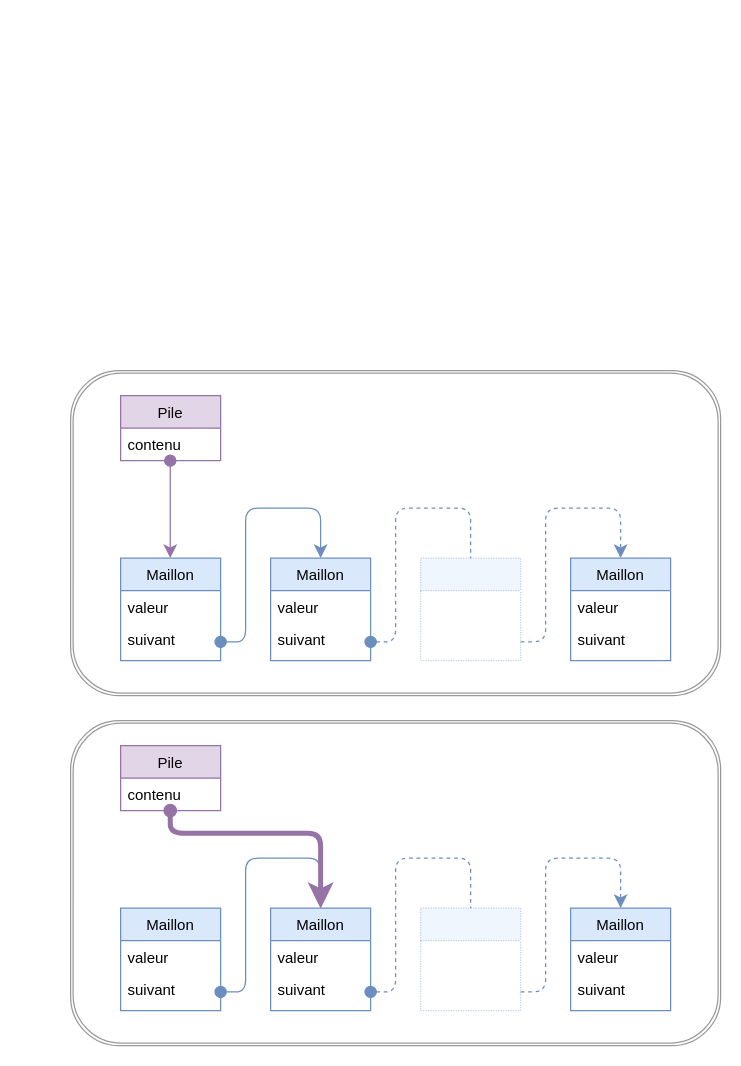
padilla-nsi/tnsi keeps this draw.io diagram as cours/structure-de-donnees/3-pilesEtFiles/img-depiler.drawio. Above is the earlier version. Source tidied: cells renumbered, new cells numbered last; positions are measured from the earlier drawing's top-left corner, leaving out a move shared by most shapes. Both pictures are drawn from the tidied source at 125%, with x=0, y=0 at pixel (70, 370).
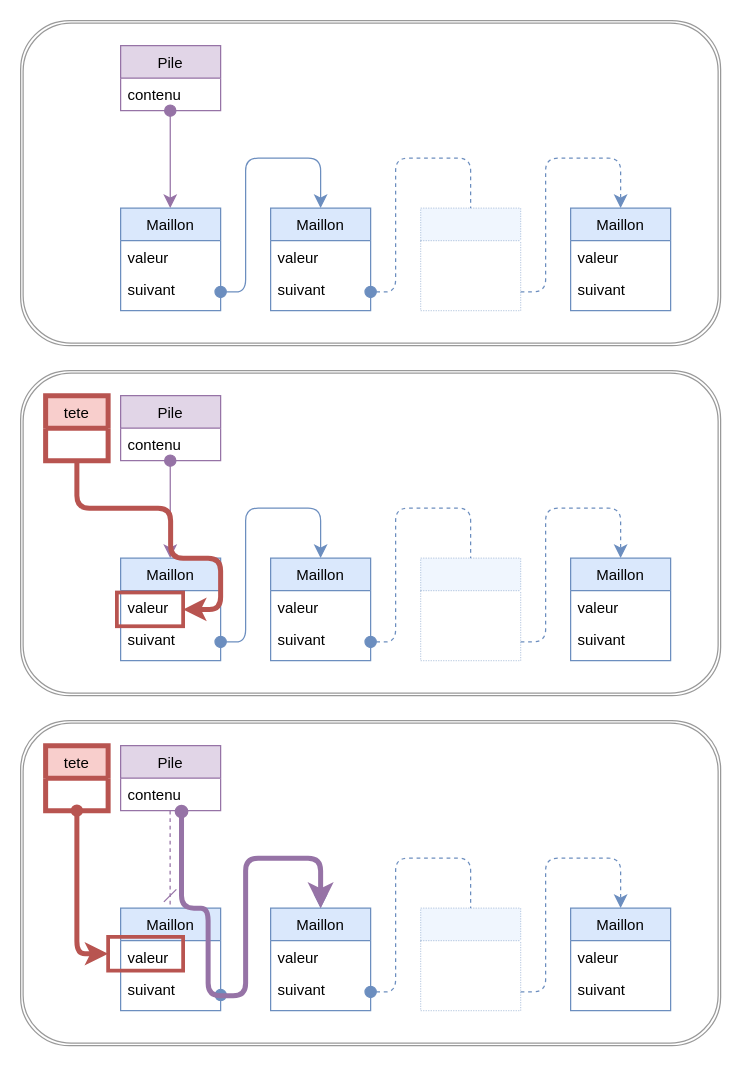
The same diagram, later.

Unchanged cells that the change refers to:
```xml
<mxCell id="24" value="suivant" style="text;strokeColor=none;fillColor=none;align=left;verticalAlign=top;spacingLeft=4;spacingRight=4;overflow=hidden;points=[[0,0.5],[1,0.5]];portConstraint=eastwest;" parent="22" vertex="1">
  <mxGeometry y="52" width="80" height="30" as="geometry" />
</mxCell>
<mxCell id="25" value="Maillon" style="swimlane;fontStyle=0;horizontal=1;startSize=26;fillColor=#dae8fc;strokeColor=#6c8ebf;" parent="1" vertex="1">
  <mxGeometry x="160" y="430" width="80" height="82" as="geometry" />
</mxCell>
<mxCell id="35" value="contenu" style="text;strokeColor=none;fillColor=none;align=left;verticalAlign=top;spacingLeft=4;spacingRight=4;overflow=hidden;points=[[0,0.5],[1,0.5]];portConstraint=eastwest;" parent="34" vertex="1">
  <mxGeometry y="26" width="80" height="26" as="geometry" />
</mxCell>
```

Diff of the diagram source:
```diff
@@
     <mxCell id="2" style="shape=ext;double=1;rounded=1;whiteSpace=wrap;html=1;strokeColor=#000000;strokeWidth=1;verticalAlign=middle;opacity=40;" parent="1" vertex="1">
-      <mxGeometry width="520" height="260" as="geometry" />
+      <mxGeometry x="-40" width="560" height="260" as="geometry" />
     </mxCell>
@@
     <mxCell id="21" style="shape=ext;double=1;rounded=1;whiteSpace=wrap;html=1;strokeColor=#000000;strokeWidth=1;verticalAlign=middle;opacity=40;" parent="1" vertex="1">
-      <mxGeometry y="280" width="520" height="260" as="geometry" />
+      <mxGeometry x="-40" y="280" width="560" height="260" as="geometry" />
     </mxCell>
@@
-    <mxCell id="31" style="edgeStyle=orthogonalEdgeStyle;html=1;exitX=1;exitY=0.5;exitDx=0;exitDy=0;entryX=0.5;entryY=0;entryDx=0;entryDy=0;startArrow=oval;startFill=1;startSize=9;endSize=8;fillColor=#dae8fc;strokeColor=#6c8ebf;" parent="1" edge="1" source="24" target="25">
+    <mxCell id="31" style="edgeStyle=orthogonalEdgeStyle;html=1;entryX=0.5;entryY=0;entryDx=0;entryDy=0;startArrow=oval;startFill=1;startSize=9;endSize=8;fillColor=#dae8fc;strokeColor=#6c8ebf;exitX=1.001;exitY=0.585;exitDx=0;exitDy=0;exitPerimeter=0;" parent="1" edge="1" source="24" target="25">
       <mxGeometry relative="1" as="geometry">
         <Array as="points">
-          <mxPoint x="140" y="497" />
+          <mxPoint x="140" y="500" />
           <mxPoint x="140" y="390" />
           <mxPoint x="200" y="390" />
         </Array>
       </mxGeometry>
     </mxCell>
@@
-    <mxCell id="36" style="edgeStyle=orthogonalEdgeStyle;html=1;startArrow=oval;startFill=1;endArrow=classic;endFill=1;startSize=7;endSize=8;fillColor=#e1d5e7;strokeColor=#9673a6;strokeWidth=4;" parent="1" edge="1">
+    <mxCell id="36" style="edgeStyle=orthogonalEdgeStyle;html=1;startArrow=oval;startFill=1;endArrow=classic;endFill=1;startSize=7;endSize=8;fillColor=#e1d5e7;strokeColor=#9673a6;strokeWidth=4;entryX=0.5;entryY=0;entryDx=0;entryDy=0;exitX=0.609;exitY=1.027;exitDx=0;exitDy=0;exitPerimeter=0;" parent="1" edge="1" source="35" target="25">
       <mxGeometry relative="1" as="geometry">
-        <mxPoint x="79.7" y="352" as="sourcePoint" />
-        <mxPoint x="200" y="430" as="targetPoint" />
         <Array as="points">
-          <mxPoint x="80" y="370" />
-          <mxPoint x="200" y="370" />
+          <mxPoint x="89" y="430" />
+          <mxPoint x="110" y="430" />
+          <mxPoint x="110" y="500" />
+          <mxPoint x="140" y="500" />
+          <mxPoint x="140" y="390" />
+          <mxPoint x="200" y="390" />
         </Array>
       </mxGeometry>
     </mxCell>
@@
+    <mxCell id="40" value="tete" style="swimlane;fontStyle=0;horizontal=1;startSize=26;fillColor=#f8cecc;strokeColor=#b85450;strokeWidth=4;" parent="1" vertex="1">
+      <mxGeometry x="-20" y="20" width="50" height="52" as="geometry" />
+    </mxCell>
+    <mxCell id="41" style="rounded=0;whiteSpace=wrap;html=1;strokeColor=#b85450;fillColor=none;strokeWidth=3;" parent="1" vertex="1">
+      <mxGeometry x="37" y="177.5" width="53" height="27" as="geometry" />
+    </mxCell>
+    <mxCell id="42" style="shape=ext;double=1;rounded=1;whiteSpace=wrap;html=1;strokeColor=#000000;strokeWidth=1;verticalAlign=middle;opacity=40;" parent="1" vertex="1">
+      <mxGeometry x="-40" y="-280" width="560" height="260" as="geometry" />
+    </mxCell>
+    <mxCell id="43" value="Maillon" style="swimlane;fontStyle=0;horizontal=1;startSize=26;fillColor=#dae8fc;strokeColor=#6c8ebf;" parent="1" vertex="1">
+      <mxGeometry x="40" y="-130" width="80" height="82" as="geometry" />
+    </mxCell>
+    <mxCell id="44" value="valeur" style="text;strokeColor=none;fillColor=none;align=left;verticalAlign=top;spacingLeft=4;spacingRight=4;overflow=hidden;" parent="43" vertex="1">
+      <mxGeometry y="26" width="80" height="26" as="geometry" />
+    </mxCell>
+    <mxCell id="45" value="suivant" style="text;strokeColor=none;fillColor=none;align=left;verticalAlign=top;spacingLeft=4;spacingRight=4;overflow=hidden;points=[[0,0.5],[1,0.5]];portConstraint=eastwest;" parent="43" vertex="1">
+      <mxGeometry y="52" width="80" height="30" as="geometry" />
+    </mxCell>
+    <mxCell id="46" value="Maillon" style="swimlane;fontStyle=0;horizontal=1;startSize=26;fillColor=#dae8fc;strokeColor=#6c8ebf;" parent="1" vertex="1">
+      <mxGeometry x="160" y="-130" width="80" height="82" as="geometry" />
+    </mxCell>
+    <mxCell id="47" value="valeur" style="text;strokeColor=none;fillColor=none;align=left;verticalAlign=top;spacingLeft=4;spacingRight=4;overflow=hidden;" parent="46" vertex="1">
+      <mxGeometry y="26" width="80" height="26" as="geometry" />
+    </mxCell>
+    <mxCell id="48" value="suivant" style="text;strokeColor=none;fillColor=none;align=left;verticalAlign=top;spacingLeft=4;spacingRight=4;overflow=hidden;" parent="46" vertex="1">
+      <mxGeometry y="52" width="80" height="30" as="geometry" />
+    </mxCell>
+    <mxCell id="49" value="Maillon" style="swimlane;fontStyle=0;horizontal=1;startSize=26;fillColor=#dae8fc;strokeColor=#6c8ebf;" parent="1" vertex="1">
+      <mxGeometry x="400" y="-130" width="80" height="82" as="geometry" />
+    </mxCell>
+    <mxCell id="50" value="valeur" style="text;strokeColor=none;fillColor=none;align=left;verticalAlign=top;spacingLeft=4;spacingRight=4;overflow=hidden;" parent="49" vertex="1">
+      <mxGeometry y="26" width="80" height="26" as="geometry" />
+    </mxCell>
+    <mxCell id="51" value="suivant" style="text;strokeColor=none;fillColor=none;align=left;verticalAlign=top;spacingLeft=4;spacingRight=4;overflow=hidden;" parent="49" vertex="1">
+      <mxGeometry y="52" width="80" height="30" as="geometry" />
+    </mxCell>
+    <mxCell id="52" style="edgeStyle=orthogonalEdgeStyle;html=1;exitX=1;exitY=0.5;exitDx=0;exitDy=0;entryX=0.5;entryY=0;entryDx=0;entryDy=0;startArrow=oval;startFill=1;startSize=9;endSize=8;fillColor=#dae8fc;strokeColor=#6c8ebf;" parent="1" edge="1" source="45" target="46">
+      <mxGeometry relative="1" as="geometry">
+        <Array as="points">
+          <mxPoint x="140" y="-63" />
+          <mxPoint x="140" y="-170" />
+          <mxPoint x="200" y="-170" />
+        </Array>
+      </mxGeometry>
+    </mxCell>
+    <mxCell id="53" style="edgeStyle=orthogonalEdgeStyle;html=1;exitX=1;exitY=0.5;exitDx=0;exitDy=0;entryX=0.5;entryY=0;entryDx=0;entryDy=0;startArrow=oval;startFill=1;startSize=9;endSize=8;endArrow=none;endFill=0;dashed=1;fillColor=#dae8fc;strokeColor=#6c8ebf;" parent="1" edge="1">
+      <mxGeometry relative="1" as="geometry">
+        <mxPoint x="240" y="-63" as="sourcePoint" />
+        <mxPoint x="320" y="-130" as="targetPoint" />
+        <Array as="points">
+          <mxPoint x="260" y="-63" />
+          <mxPoint x="260" y="-170" />
+          <mxPoint x="320" y="-170" />
+        </Array>
+      </mxGeometry>
+    </mxCell>
+    <mxCell id="54" style="edgeStyle=orthogonalEdgeStyle;html=1;exitX=1;exitY=0.5;exitDx=0;exitDy=0;entryX=0.5;entryY=0;entryDx=0;entryDy=0;startArrow=none;startFill=0;startSize=9;endSize=8;dashed=1;fillColor=#dae8fc;strokeColor=#6c8ebf;" parent="1" edge="1">
+      <mxGeometry relative="1" as="geometry">
+        <mxPoint x="360" y="-63" as="sourcePoint" />
+        <mxPoint x="440" y="-130" as="targetPoint" />
+        <Array as="points">
+          <mxPoint x="380" y="-63" />
+          <mxPoint x="380" y="-170" />
+          <mxPoint x="440" y="-170" />
+        </Array>
+      </mxGeometry>
+    </mxCell>
+    <mxCell id="55" value="Pile" style="swimlane;fontStyle=0;horizontal=1;startSize=26;fillColor=#e1d5e7;strokeColor=#9673a6;" parent="1" vertex="1">
+      <mxGeometry x="40" y="-260" width="80" height="52" as="geometry" />
+    </mxCell>
+    <mxCell id="56" value="contenu" style="text;strokeColor=none;fillColor=none;align=left;verticalAlign=top;spacingLeft=4;spacingRight=4;overflow=hidden;" parent="55" vertex="1">
+      <mxGeometry y="26" width="80" height="26" as="geometry" />
+    </mxCell>
+    <mxCell id="57" style="edgeStyle=orthogonalEdgeStyle;html=1;entryX=0.5;entryY=0;entryDx=0;entryDy=0;startArrow=oval;startFill=1;endArrow=classic;endFill=1;startSize=9;endSize=8;fillColor=#e1d5e7;strokeColor=#9673a6;strokeWidth=1;" parent="1" edge="1">
+      <mxGeometry relative="1" as="geometry">
+        <mxPoint x="79.7" y="-208" as="sourcePoint" />
+        <mxPoint x="79.7" y="-130" as="targetPoint" />
+      </mxGeometry>
+    </mxCell>
+    <mxCell id="58" style="swimlane;fontStyle=0;horizontal=1;startSize=26;fillColor=#dae8fc;strokeColor=#6c8ebf;dashed=1;dashPattern=1 1;opacity=40;" parent="1" vertex="1">
+      <mxGeometry x="280" y="-130" width="80" height="82" as="geometry" />
+    </mxCell>
+    <mxCell id="59" value=" " style="text;strokeColor=none;fillColor=none;align=left;verticalAlign=top;spacingLeft=4;spacingRight=4;overflow=hidden;" parent="58" vertex="1">
+      <mxGeometry y="26" width="80" height="26" as="geometry" />
+    </mxCell>
+    <mxCell id="60" value=" " style="text;strokeColor=none;fillColor=none;align=left;verticalAlign=top;spacingLeft=4;spacingRight=4;overflow=hidden;" parent="58" vertex="1">
+      <mxGeometry y="52" width="80" height="30" as="geometry" />
+    </mxCell>
+    <mxCell id="61" value="tete" style="swimlane;fontStyle=0;horizontal=1;startSize=26;fillColor=#f8cecc;strokeColor=#b85450;strokeWidth=4;" parent="1" vertex="1">
+      <mxGeometry x="-20" y="300" width="50" height="52" as="geometry" />
+    </mxCell>
+    <mxCell id="62" style="rounded=0;whiteSpace=wrap;html=1;strokeColor=#b85450;fillColor=none;strokeWidth=3;" parent="1" vertex="1">
+      <mxGeometry x="30" y="453" width="60" height="27" as="geometry" />
+    </mxCell>
+    <mxCell id="63" style="edgeStyle=orthogonalEdgeStyle;html=1;entryX=0;entryY=0.5;entryDx=0;entryDy=0;strokeWidth=4;fillColor=#f8cecc;strokeColor=#b85450;sourcePerimeterSpacing=0;startArrow=oval;startFill=1;exitX=0.5;exitY=1;exitDx=0;exitDy=0;" parent="1" edge="1" source="61" target="62">
+      <mxGeometry relative="1" as="geometry">
+        <Array as="points">
+          <mxPoint x="5" y="466" />
+        </Array>
+      </mxGeometry>
+    </mxCell>
+    <mxCell id="64" style="edgeStyle=orthogonalEdgeStyle;html=1;entryX=0.5;entryY=0;entryDx=0;entryDy=0;startArrow=none;startFill=0;endArrow=dash;endFill=0;startSize=9;endSize=8;fillColor=#e1d5e7;strokeColor=#9673a6;strokeWidth=1;dashed=1;" parent="1" edge="1">
+      <mxGeometry relative="1" as="geometry">
+        <mxPoint x="79.6" y="352" as="sourcePoint" />
+        <mxPoint x="79.6" y="430" as="targetPoint" />
+      </mxGeometry>
+    </mxCell>
+    <mxCell id="65" style="edgeStyle=orthogonalEdgeStyle;html=1;strokeWidth=4;fillColor=#f8cecc;strokeColor=#b85450;sourcePerimeterSpacing=0;startArrow=none;startFill=0;entryX=1;entryY=0.5;entryDx=0;entryDy=0;exitX=0.5;exitY=1;exitDx=0;exitDy=0;" parent="1" edge="1" source="40" target="41">
+      <mxGeometry relative="1" as="geometry">
+        <Array as="points">
+          <mxPoint x="5" y="110" />
+          <mxPoint x="80" y="110" />
+          <mxPoint x="80" y="150" />
+          <mxPoint x="120" y="150" />
+          <mxPoint x="120" y="191" />
+        </Array>
+      </mxGeometry>
+    </mxCell>
```
